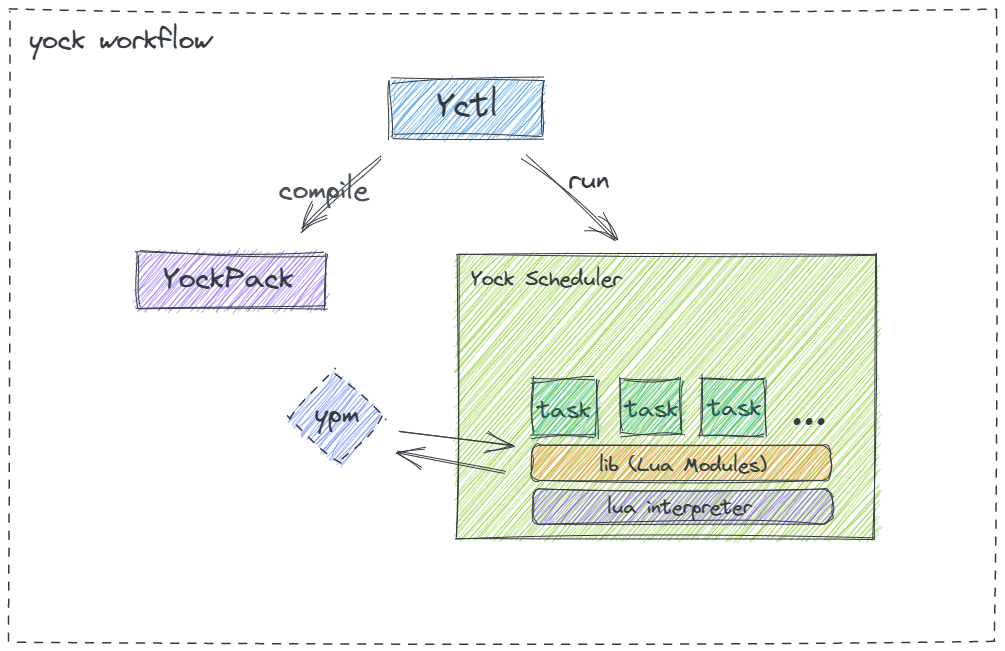
The Excalidraw diagram docs/static/arch.png in Ansurfen/yock, before a commit. Source tidied: one line per element, renumbered; positions are measured from the earlier drawing's top-left corner, leaving out a move shared by most shapes. The source it was exported from:
```json
{"id": 0, "type": "rectangle", "strokeColor": "#343a40", "backgroundColor": "#228be6", "fillStyle": "hachure", "strokeWidth": 1, "roughness": 2, "x": 381, "y": 70, "width": 151, "height": 58}
{"id": 1, "type": "text", "text": "Yctl", "strokeColor": "#343a40", "backgroundColor": "#228be6", "fillStyle": "hachure", "strokeWidth": 1, "roughness": 2, "fontSize": 33.26, "fontFamily": 1, "x": 427, "y": 76, "width": 61, "height": 42}
{"id": 2, "type": "diamond", "strokeColor": "#343a40", "backgroundColor": "#4c6ef5", "fillStyle": "hachure", "strokeWidth": 1, "strokeStyle": "dashed", "roughness": 2, "x": 276, "y": 362, "width": 100, "height": 92}
{"id": 3, "type": "text", "text": "ypm", "strokeColor": "#343a40", "backgroundColor": "#228be6", "fillStyle": "hachure", "strokeWidth": 1, "strokeStyle": "dashed", "roughness": 2, "fontSize": 28, "fontFamily": 1, "x": 305, "y": 388, "width": 45, "height": 35}
{"id": 4, "type": "rectangle", "strokeColor": "#343a40", "strokeWidth": 1, "strokeStyle": "dashed", "roughness": 2, "x": 0, "y": 0, "width": 986, "height": 631}
{"id": 5, "type": "text", "text": "yock workflow", "strokeColor": "#343a40", "strokeWidth": 1, "strokeStyle": "dashed", "roughness": 2, "fontSize": 28, "fontFamily": 1, "x": 19, "y": 14, "width": 182, "height": 35}
{"id": 6, "type": "rectangle", "strokeColor": "#343a40", "backgroundColor": "#7950f2", "fillStyle": "hachure", "strokeWidth": 1, "roughness": 2, "x": 126, "y": 242, "width": 189, "height": 55}
{"id": 7, "type": "text", "text": "YockPack", "strokeColor": "#343a40", "backgroundColor": "#7950f2", "fillStyle": "hachure", "strokeWidth": 1, "roughness": 2, "fontSize": 29.83, "fontFamily": 1, "x": 154, "y": 251, "width": 130, "height": 37}
{"id": 8, "type": "arrow", "strokeColor": "#343a40", "backgroundColor": "#7950f2", "fillStyle": "hachure", "strokeWidth": 1, "roughness": 2, "endArrowhead": "arrow", "x": 372, "y": 146, "width": 82, "height": 74, "points": [[0, 0], [-82, 74]]}
{"id": 9, "type": "text", "text": "compile", "strokeColor": "#495057", "backgroundColor": "#7950f2", "fillStyle": "hachure", "strokeWidth": 1, "roughness": 2, "fontSize": 28, "fontFamily": 1, "x": 269, "y": 164, "width": 90, "height": 35}
{"id": 10, "type": "rectangle", "strokeColor": "#343a40", "backgroundColor": "#82c91e", "fillStyle": "hachure", "strokeWidth": 1, "roughness": 2, "x": 446, "y": 245, "width": 419, "height": 284}
{"id": 11, "type": "text", "text": "task", "strokeColor": "#343a40", "strokeWidth": 1, "roughness": 2, "fontSize": 23.76, "fontFamily": 1, "x": 527, "y": 386, "width": 54, "height": 30}
{"id": 12, "type": "text", "text": "task", "strokeColor": "#343a40", "strokeWidth": 1, "roughness": 2, "fontSize": 23.76, "fontFamily": 1, "x": 615, "y": 385, "width": 54, "height": 30}
{"id": 13, "type": "text", "text": "task", "strokeColor": "#343a40", "strokeWidth": 1, "roughness": 2, "fontSize": 23.76, "fontFamily": 1, "x": 698, "y": 384, "width": 54, "height": 30}
{"id": 14, "type": "text", "text": "...", "strokeColor": "#343a40", "strokeWidth": 1, "roughness": 2, "fontSize": 43.57, "fontFamily": 1, "x": 781, "y": 375, "width": 36, "height": 54}
{"id": 15, "type": "arrow", "strokeColor": "#343a40", "strokeWidth": 1, "roughness": 2, "endArrowhead": "arrow", "to": 10, "x": 515, "y": 146, "width": 90, "height": 85, "points": [[0, 0], [90, 85]]}
{"id": 16, "type": "text", "text": "run", "strokeColor": "#343a40", "strokeWidth": 1, "roughness": 2, "fontSize": 28, "fontFamily": 1, "x": 558, "y": 154, "width": 41, "height": 35}
{"id": 17, "type": "text", "text": "Yock Scheduler", "strokeColor": "#343a40", "strokeWidth": 1, "roughness": 2, "fontSize": 21.28, "fontFamily": 1, "x": 461, "y": 257, "width": 151, "height": 27}
{"id": 18, "type": "rectangle", "strokeColor": "#343a40", "backgroundColor": "#12b886", "fillStyle": "hachure", "strokeWidth": 1, "roughness": 2, "x": 610, "y": 370, "width": 62, "height": 54}
{"id": 19, "type": "rectangle", "strokeColor": "#343a40", "backgroundColor": "#12b886", "fillStyle": "hachure", "strokeWidth": 1, "roughness": 2, "x": 522, "y": 370, "width": 64, "height": 56}
{"id": 20, "type": "rectangle", "strokeColor": "#343a40", "backgroundColor": "#12b886", "fillStyle": "hachure", "strokeWidth": 1, "roughness": 2, "x": 691, "y": 368, "width": 63, "height": 58}
{"id": 21, "type": "rectangle", "strokeColor": "#343a40", "backgroundColor": "#7950f2", "fillStyle": "hachure", "strokeWidth": 1, "roughness": 2, "round": true, "x": 523, "y": 479, "width": 299, "height": 35}
{"id": 22, "type": "rectangle", "strokeColor": "#343a40", "backgroundColor": "#fd7e14", "fillStyle": "hachure", "strokeWidth": 1, "roughness": 2, "round": true, "x": 522, "y": 435, "width": 299, "height": 35}
{"id": 23, "type": "text", "text": "lib (Lua Modules)", "strokeColor": "#343a40", "backgroundColor": "#fd7e14", "fillStyle": "hachure", "strokeWidth": 1, "roughness": 2, "fontSize": 20, "fontFamily": 1, "x": 589, "y": 443, "width": 168, "height": 25}
{"id": 24, "type": "text", "text": "lua interpreter", "strokeColor": "#343a40", "backgroundColor": "#fd7e14", "fillStyle": "hachure", "strokeWidth": 1, "roughness": 2, "fontSize": 20, "fontFamily": 1, "x": 597, "y": 485, "width": 145, "height": 25}
{"id": 25, "type": "arrow", "strokeColor": "#343a40", "backgroundColor": "#fd7e14", "fillStyle": "hachure", "strokeWidth": 1, "roughness": 1, "endArrowhead": "arrow", "round": true, "x": 390, "y": 421, "width": 111, "height": 15, "points": [[0, 0], [111, 15]]}
{"id": 26, "type": "arrow", "strokeColor": "#343a40", "backgroundColor": "#fd7e14", "fillStyle": "hachure", "strokeWidth": 1, "roughness": 1, "endArrowhead": "arrow", "round": true, "x": 495, "y": 462, "width": 109, "height": 22, "points": [[0, 0], [-109, -22]]}
```
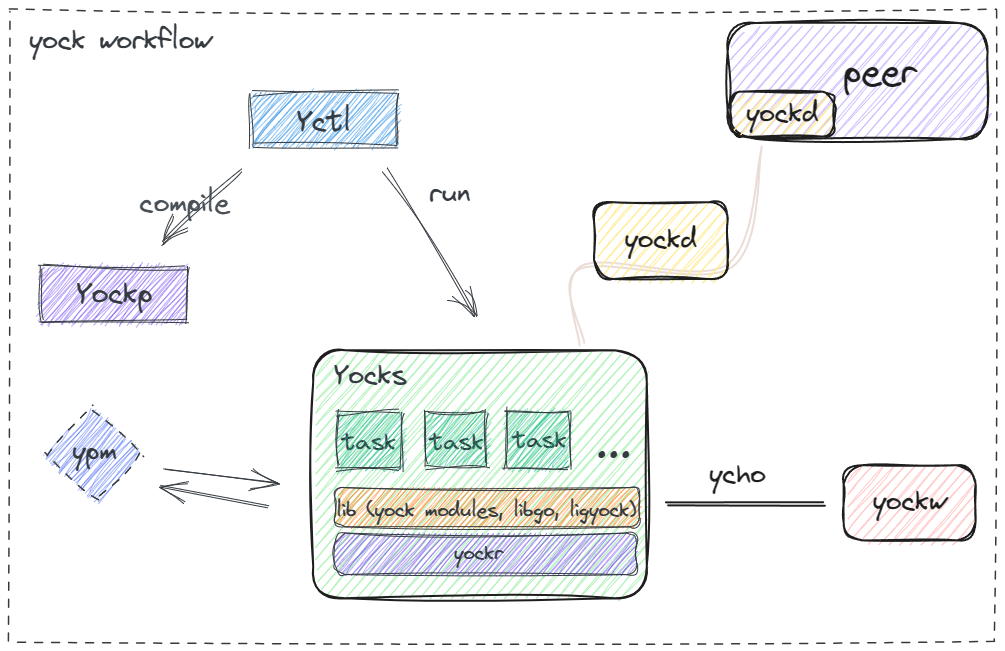
Above is the later version.

The edit, as a diff of the source:
```diff
@@ -1,27 +1,38 @@
+{"id": 27, "type": "line", "strokeColor": "#eaddd7", "backgroundColor": "#ffec99", "fillStyle": "hachure", "strokeWidth": 2, "roughness": 2, "round": true, "x": 570, "y": 335, "width": 181, "height": 197, "points": [[0, 0], [2, -79], [148, -78], [181, -197]]}
+{"id": 28, "type": "rectangle", "strokeColor": "#1e1e1e", "backgroundColor": "#b2f2bb", "fillStyle": "hachure", "strokeWidth": 2, "roughness": 2, "round": true, "x": 303, "y": 340, "width": 334, "height": 248}
-{"id": 0, "type": "rectangle", "strokeColor": "#343a40", "backgroundColor": "#228be6", "fillStyle": "hachure", "strokeWidth": 1, "roughness": 2, "x": 381, "y": 70, "width": 151, "height": 58}
+{"id": 0, "type": "rectangle", "strokeColor": "#343a40", "backgroundColor": "#228be6", "fillStyle": "hachure", "strokeWidth": 1, "roughness": 2, "x": 242, "y": 82, "width": 145, "height": 54}
-{"id": 1, "type": "text", "text": "Yctl", "strokeColor": "#343a40", "backgroundColor": "#228be6", "fillStyle": "hachure", "strokeWidth": 1, "roughness": 2, "fontSize": 33.26, "fontFamily": 1, "x": 427, "y": 76, "width": 61, "height": 42}
+{"id": 1, "type": "text", "text": "Yctl", "strokeColor": "#343a40", "backgroundColor": "#228be6", "fillStyle": "hachure", "strokeWidth": 1, "roughness": 2, "fontSize": 29.36, "fontFamily": 1, "x": 287, "y": 94, "width": 54, "height": 37}
-{"id": 2, "type": "diamond", "strokeColor": "#343a40", "backgroundColor": "#4c6ef5", "fillStyle": "hachure", "strokeWidth": 1, "strokeStyle": "dashed", "roughness": 2, "x": 276, "y": 362, "width": 100, "height": 92}
+{"id": 2, "type": "diamond", "strokeColor": "#343a40", "backgroundColor": "#4c6ef5", "fillStyle": "hachure", "strokeWidth": 1, "strokeStyle": "dashed", "roughness": 2, "x": 34, "y": 398, "width": 100, "height": 92}
-{"id": 3, "type": "text", "text": "ypm", "strokeColor": "#343a40", "backgroundColor": "#228be6", "fillStyle": "hachure", "strokeWidth": 1, "strokeStyle": "dashed", "roughness": 2, "fontSize": 28, "fontFamily": 1, "x": 305, "y": 388, "width": 45, "height": 35}
+{"id": 3, "type": "text", "text": "ypm", "strokeColor": "#343a40", "backgroundColor": "#228be6", "fillStyle": "hachure", "strokeWidth": 1, "strokeStyle": "dashed", "roughness": 2, "fontSize": 28, "fontFamily": 1, "x": 62, "y": 425, "width": 45, "height": 35}
 {"id": 4, "type": "rectangle", "strokeColor": "#343a40", "strokeWidth": 1, "strokeStyle": "dashed", "roughness": 2, "x": 0, "y": 0, "width": 986, "height": 631}
 {"id": 5, "type": "text", "text": "yock workflow", "strokeColor": "#343a40", "strokeWidth": 1, "strokeStyle": "dashed", "roughness": 2, "fontSize": 28, "fontFamily": 1, "x": 19, "y": 14, "width": 182, "height": 35}
-{"id": 6, "type": "rectangle", "strokeColor": "#343a40", "backgroundColor": "#7950f2", "fillStyle": "hachure", "strokeWidth": 1, "roughness": 2, "x": 126, "y": 242, "width": 189, "height": 55}
+{"id": 6, "type": "rectangle", "strokeColor": "#343a40", "backgroundColor": "#7950f2", "fillStyle": "hachure", "strokeWidth": 1, "roughness": 2, "x": 30, "y": 256, "width": 147, "height": 55}
-{"id": 7, "type": "text", "text": "YockPack", "strokeColor": "#343a40", "backgroundColor": "#7950f2", "fillStyle": "hachure", "strokeWidth": 1, "roughness": 2, "fontSize": 29.83, "fontFamily": 1, "x": 154, "y": 251, "width": 130, "height": 37}
+{"id": 7, "type": "text", "text": "Yockp", "strokeColor": "#343a40", "backgroundColor": "#7950f2", "fillStyle": "hachure", "strokeWidth": 1, "roughness": 2, "fontSize": 29.83, "fontFamily": 1, "x": 66, "y": 266, "width": 76, "height": 37}
-{"id": 8, "type": "arrow", "strokeColor": "#343a40", "backgroundColor": "#7950f2", "fillStyle": "hachure", "strokeWidth": 1, "roughness": 2, "endArrowhead": "arrow", "x": 372, "y": 146, "width": 82, "height": 74, "points": [[0, 0], [-82, 74]]}
+{"id": 8, "type": "arrow", "strokeColor": "#343a40", "backgroundColor": "#7950f2", "fillStyle": "hachure", "strokeWidth": 1, "roughness": 2, "endArrowhead": "arrow", "x": 233, "y": 159, "width": 82, "height": 74, "points": [[0, 0], [-82, 74]]}
-{"id": 9, "type": "text", "text": "compile", "strokeColor": "#495057", "backgroundColor": "#7950f2", "fillStyle": "hachure", "strokeWidth": 1, "roughness": 2, "fontSize": 28, "fontFamily": 1, "x": 269, "y": 164, "width": 90, "height": 35}
+{"id": 9, "type": "text", "text": "compile", "strokeColor": "#495057", "backgroundColor": "#7950f2", "fillStyle": "hachure", "strokeWidth": 1, "roughness": 2, "fontSize": 28, "fontFamily": 1, "x": 130, "y": 177, "width": 90, "height": 35}
-{"id": 10, "type": "rectangle", "strokeColor": "#343a40", "backgroundColor": "#82c91e", "fillStyle": "hachure", "strokeWidth": 1, "roughness": 2, "x": 446, "y": 245, "width": 419, "height": 284}
-{"id": 11, "type": "text", "text": "task", "strokeColor": "#343a40", "strokeWidth": 1, "roughness": 2, "fontSize": 23.76, "fontFamily": 1, "x": 527, "y": 386, "width": 54, "height": 30}
+{"id": 11, "type": "text", "text": "task", "strokeColor": "#343a40", "strokeWidth": 1, "roughness": 2, "fontSize": 23.76, "fontFamily": 1, "x": 332, "y": 418, "width": 54, "height": 30}
-{"id": 12, "type": "text", "text": "task", "strokeColor": "#343a40", "strokeWidth": 1, "roughness": 2, "fontSize": 23.76, "fontFamily": 1, "x": 615, "y": 385, "width": 54, "height": 30}
+{"id": 12, "type": "text", "text": "task", "strokeColor": "#343a40", "strokeWidth": 1, "roughness": 2, "fontSize": 23.76, "fontFamily": 1, "x": 420, "y": 418, "width": 54, "height": 30}
-{"id": 13, "type": "text", "text": "task", "strokeColor": "#343a40", "strokeWidth": 1, "roughness": 2, "fontSize": 23.76, "fontFamily": 1, "x": 698, "y": 384, "width": 54, "height": 30}
+{"id": 13, "type": "text", "text": "task", "strokeColor": "#343a40", "strokeWidth": 1, "roughness": 2, "fontSize": 23.76, "fontFamily": 1, "x": 503, "y": 416, "width": 54, "height": 30}
-{"id": 14, "type": "text", "text": "...", "strokeColor": "#343a40", "strokeWidth": 1, "roughness": 2, "fontSize": 43.57, "fontFamily": 1, "x": 781, "y": 375, "width": 36, "height": 54}
+{"id": 14, "type": "text", "text": "...", "strokeColor": "#343a40", "strokeWidth": 1, "roughness": 2, "fontSize": 43.57, "fontFamily": 1, "x": 586, "y": 408, "width": 36, "height": 54}
-{"id": 15, "type": "arrow", "strokeColor": "#343a40", "strokeWidth": 1, "roughness": 2, "endArrowhead": "arrow", "to": 10, "x": 515, "y": 146, "width": 90, "height": 85, "points": [[0, 0], [90, 85]]}
+{"id": 15, "type": "arrow", "strokeColor": "#343a40", "strokeWidth": 1, "roughness": 2, "endArrowhead": "arrow", "x": 376, "y": 158, "width": 88, "height": 148, "points": [[0, 0], [88, 148]]}
-{"id": 16, "type": "text", "text": "run", "strokeColor": "#343a40", "strokeWidth": 1, "roughness": 2, "fontSize": 28, "fontFamily": 1, "x": 558, "y": 154, "width": 41, "height": 35}
+{"id": 16, "type": "text", "text": "run", "strokeColor": "#343a40", "strokeWidth": 1, "roughness": 2, "fontSize": 28, "fontFamily": 1, "x": 419, "y": 167, "width": 41, "height": 35}
-{"id": 17, "type": "text", "text": "Yock Scheduler", "strokeColor": "#343a40", "strokeWidth": 1, "roughness": 2, "fontSize": 21.28, "fontFamily": 1, "x": 461, "y": 257, "width": 151, "height": 27}
+{"id": 17, "type": "text", "text": "Yocks", "strokeColor": "#343a40", "strokeWidth": 1, "roughness": 2, "fontSize": 28, "fontFamily": 1, "x": 324, "y": 349, "width": 73, "height": 35}
-{"id": 18, "type": "rectangle", "strokeColor": "#343a40", "backgroundColor": "#12b886", "fillStyle": "hachure", "strokeWidth": 1, "roughness": 2, "x": 610, "y": 370, "width": 62, "height": 54}
+{"id": 18, "type": "rectangle", "strokeColor": "#343a40", "backgroundColor": "#12b886", "fillStyle": "hachure", "strokeWidth": 1, "roughness": 2, "x": 415, "y": 402, "width": 62, "height": 54}
-{"id": 19, "type": "rectangle", "strokeColor": "#343a40", "backgroundColor": "#12b886", "fillStyle": "hachure", "strokeWidth": 1, "roughness": 2, "x": 522, "y": 370, "width": 64, "height": 56}
+{"id": 19, "type": "rectangle", "strokeColor": "#343a40", "backgroundColor": "#12b886", "fillStyle": "hachure", "strokeWidth": 1, "roughness": 2, "x": 327, "y": 402, "width": 64, "height": 56}
-{"id": 20, "type": "rectangle", "strokeColor": "#343a40", "backgroundColor": "#12b886", "fillStyle": "hachure", "strokeWidth": 1, "roughness": 2, "x": 691, "y": 368, "width": 63, "height": 58}
+{"id": 20, "type": "rectangle", "strokeColor": "#343a40", "backgroundColor": "#12b886", "fillStyle": "hachure", "strokeWidth": 1, "roughness": 2, "x": 496, "y": 401, "width": 63, "height": 58}
-{"id": 21, "type": "rectangle", "strokeColor": "#343a40", "backgroundColor": "#7950f2", "fillStyle": "hachure", "strokeWidth": 1, "roughness": 2, "round": true, "x": 523, "y": 479, "width": 299, "height": 35}
+{"id": 21, "type": "rectangle", "strokeColor": "#343a40", "backgroundColor": "#7950f2", "fillStyle": "hachure", "strokeWidth": 1, "roughness": 2, "round": true, "x": 325, "y": 523, "width": 302, "height": 42}
-{"id": 22, "type": "rectangle", "strokeColor": "#343a40", "backgroundColor": "#fd7e14", "fillStyle": "hachure", "strokeWidth": 1, "roughness": 2, "round": true, "x": 522, "y": 435, "width": 299, "height": 35}
+{"id": 22, "type": "rectangle", "strokeColor": "#343a40", "backgroundColor": "#fd7e14", "fillStyle": "hachure", "strokeWidth": 1, "roughness": 2, "round": true, "x": 325, "y": 478, "width": 305, "height": 39}
-{"id": 23, "type": "text", "text": "lib (Lua Modules)", "strokeColor": "#343a40", "backgroundColor": "#fd7e14", "fillStyle": "hachure", "strokeWidth": 1, "roughness": 2, "fontSize": 20, "fontFamily": 1, "x": 589, "y": 443, "width": 168, "height": 25}
+{"id": 23, "type": "text", "text": "lib (yock modules, libgo, ligyock)", "strokeColor": "#343a40", "backgroundColor": "#fd7e14", "fillStyle": "hachure", "strokeWidth": 1, "roughness": 2, "fontSize": 20, "fontFamily": 1, "x": 326, "y": 488, "width": 300, "height": 25}
-{"id": 24, "type": "text", "text": "lua interpreter", "strokeColor": "#343a40", "backgroundColor": "#fd7e14", "fillStyle": "hachure", "strokeWidth": 1, "roughness": 2, "fontSize": 20, "fontFamily": 1, "x": 597, "y": 485, "width": 145, "height": 25}
+{"id": 24, "type": "text", "text": "yockr", "strokeColor": "#343a40", "backgroundColor": "#fd7e14", "fillStyle": "hachure", "strokeWidth": 1, "roughness": 2, "fontSize": 20, "fontFamily": 1, "x": 444, "y": 531, "width": 49, "height": 25}
-{"id": 25, "type": "arrow", "strokeColor": "#343a40", "backgroundColor": "#fd7e14", "fillStyle": "hachure", "strokeWidth": 1, "roughness": 1, "endArrowhead": "arrow", "round": true, "x": 390, "y": 421, "width": 111, "height": 15, "points": [[0, 0], [111, 15]]}
+{"id": 25, "type": "arrow", "strokeColor": "#343a40", "backgroundColor": "#fd7e14", "fillStyle": "hachure", "strokeWidth": 1, "roughness": 1, "endArrowhead": "arrow", "round": true, "x": 155, "y": 458, "width": 111, "height": 15, "points": [[0, 0], [111, 15]]}
-{"id": 26, "type": "arrow", "strokeColor": "#343a40", "backgroundColor": "#fd7e14", "fillStyle": "hachure", "strokeWidth": 1, "roughness": 1, "endArrowhead": "arrow", "round": true, "x": 495, "y": 462, "width": 109, "height": 22, "points": [[0, 0], [-109, -22]]}
+{"id": 26, "type": "arrow", "strokeColor": "#343a40", "backgroundColor": "#fd7e14", "fillStyle": "hachure", "strokeWidth": 1, "roughness": 1, "endArrowhead": "arrow", "round": true, "x": 258, "y": 497, "width": 109, "height": 22, "points": [[0, 0], [-109, -22]]}
+{"id": 29, "type": "line", "strokeColor": "#1e1e1e", "backgroundColor": "#a5d8ff", "fillStyle": "hachure", "strokeWidth": 2, "roughness": 2, "round": true, "x": 656, "y": 496, "width": 158, "height": 3, "points": [[0, 0], [158, -3]]}
+{"id": 30, "type": "text", "text": "ycho", "strokeColor": "#1e1e1e", "backgroundColor": "#a5d8ff", "fillStyle": "hachure", "strokeWidth": 2, "roughness": 2, "fontSize": 28, "fontFamily": 1, "x": 699, "y": 448, "width": 57, "height": 35}
+{"id": 31, "type": "rectangle", "strokeColor": "#1e1e1e", "backgroundColor": "#ffec99", "fillStyle": "hachure", "strokeWidth": 2, "roughness": 2, "round": true, "x": 584, "y": 192, "width": 134, "height": 77}
+{"id": 32, "type": "text", "text": "yockd", "strokeColor": "#1e1e1e", "backgroundColor": "#a5d8ff", "fillStyle": "hachure", "strokeWidth": 2, "roughness": 2, "fontSize": 28, "fontFamily": 1, "textAlign": "center", "verticalAlign": "middle", "inside": 31, "x": 615, "y": 213, "width": 72, "height": 35}
+{"id": 33, "type": "rectangle", "strokeColor": "#1e1e1e", "backgroundColor": "#ffc9c9", "fillStyle": "hachure", "strokeWidth": 2, "roughness": 2, "round": true, "x": 834, "y": 455, "width": 132, "height": 75}
+{"id": 34, "type": "text", "text": "yockw", "strokeColor": "#1e1e1e", "backgroundColor": "#a5d8ff", "fillStyle": "hachure", "strokeWidth": 2, "roughness": 2, "fontSize": 28, "fontFamily": 1, "textAlign": "center", "verticalAlign": "middle", "inside": 33, "x": 863, "y": 475, "width": 73, "height": 35}
+{"id": 35, "type": "rectangle", "strokeColor": "#1e1e1e", "backgroundColor": "#d0bfff", "fillStyle": "hachure", "strokeWidth": 2, "roughness": 2, "round": true, "x": 718, "y": 13, "width": 260, "height": 116}
+{"id": 36, "type": "rectangle", "strokeColor": "#1e1e1e", "backgroundColor": "#ffec99", "fillStyle": "hachure", "strokeWidth": 2, "roughness": 2, "round": true, "x": 721, "y": 82, "width": 103, "height": 45}
+{"id": 37, "type": "text", "text": "yockd", "strokeColor": "#1e1e1e", "strokeWidth": 2, "roughness": 2, "fontSize": 28, "fontFamily": 1, "textAlign": "center", "verticalAlign": "middle", "inside": 36, "x": 736, "y": 87, "width": 72, "height": 35}
+{"id": 38, "type": "text", "text": "peer", "strokeColor": "#1e1e1e", "backgroundColor": "#ffec99", "fillStyle": "hachure", "strokeWidth": 2, "roughness": 2, "fontSize": 36, "fontFamily": 1, "x": 834, "y": 41, "width": 73, "height": 45}
```
